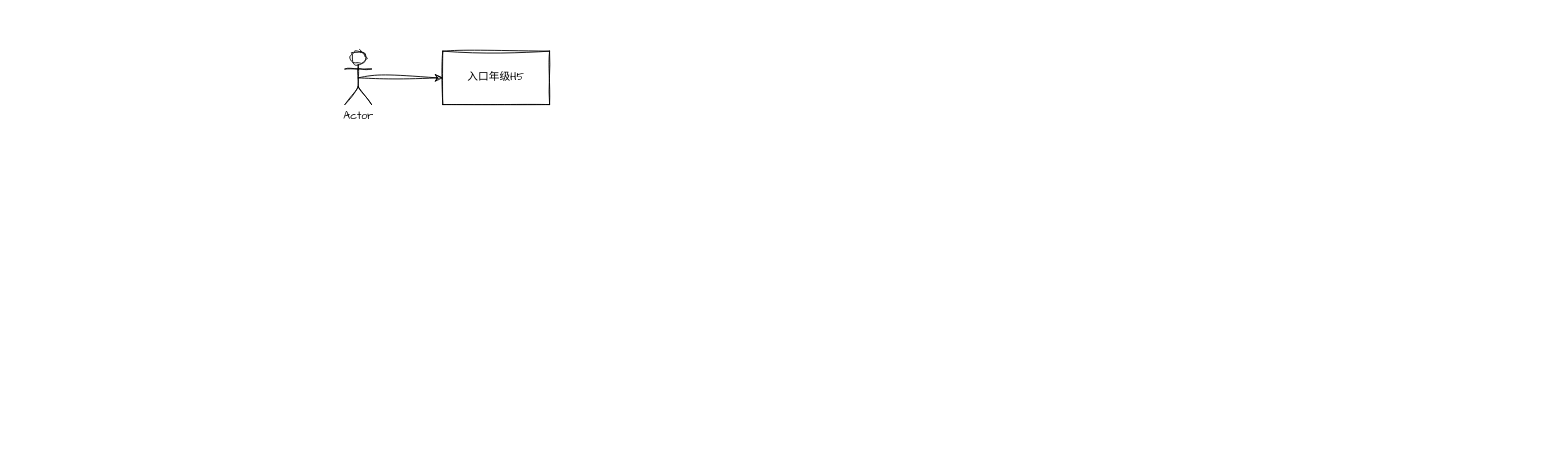
Above: xiwang/入口年级-数据流图.drawio in LanSeTianYe/draw (draw.io), before the change. Source tidied: cells renumbered, new cells numbered last; positions are measured from the earlier drawing's top-left corner, leaving out a move shared by most shapes. Both pictures are drawn from the tidied source at 89%, with x=0, y=0 at pixel (344, 51).
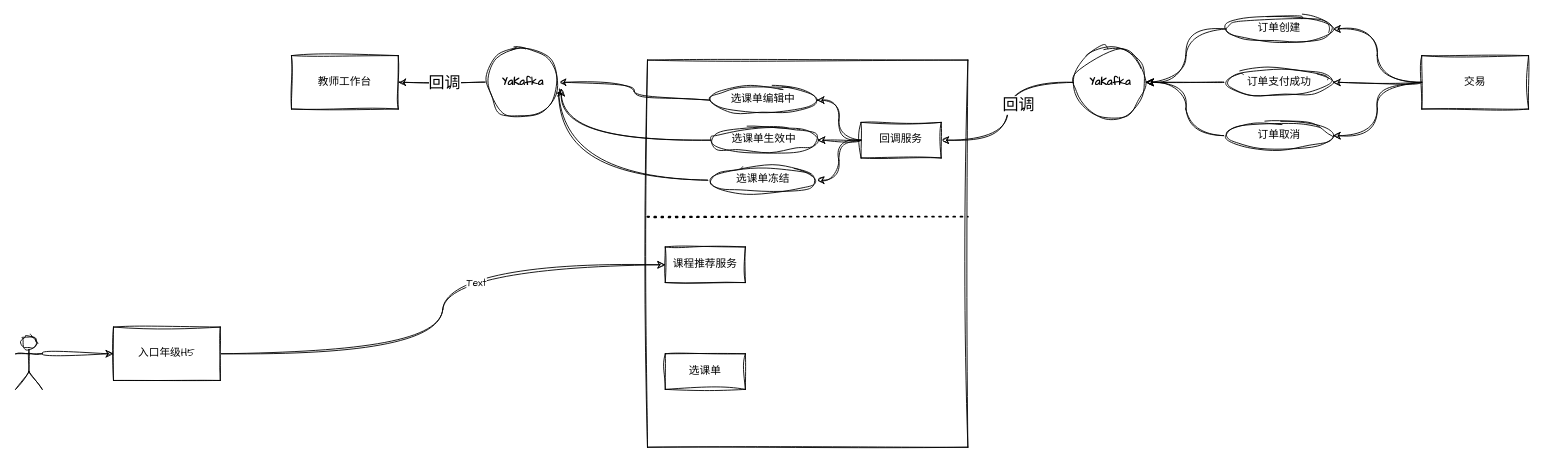
The same page after the edit.

Commit message (it also covers changes not shown here):
更新入口年级-数据流图.drawio

Diff of the diagram source:
```diff
@@
+    <mxCell id="5" style="rounded=0;whiteSpace=wrap;html=1;sketch=1;hachureGap=4;jiggle=2;curveFitting=1;fontFamily=Architects Daughter;" parent="1" vertex="1">
+      <mxGeometry x="340" y="10" width="360" height="435" as="geometry" />
+    </mxCell>
-    <mxCell id="2" style="edgeStyle=orthogonalEdgeStyle;rounded=0;sketch=1;hachureGap=4;jiggle=2;curveFitting=1;jettySize=auto;html=1;exitX=0.5;exitY=0.5;exitDx=0;exitDy=0;exitPerimeter=0;fontFamily=Architects Daughter;" parent="1" edge="1" source="3" target="4">
+    <mxCell id="2" style="edgeStyle=orthogonalEdgeStyle;curved=1;rounded=0;sketch=1;hachureGap=4;jiggle=2;curveFitting=1;jettySize=auto;html=1;exitX=1;exitY=0.3333333333333333;exitDx=0;exitDy=0;exitPerimeter=0;fontFamily=Architects Daughter;" parent="1" edge="1" source="3" target="4">
       <mxGeometry relative="1" as="geometry" />
     </mxCell>
-    <mxCell id="3" value="Actor" style="shape=umlActor;verticalLabelPosition=bottom;verticalAlign=top;html=1;outlineConnect=0;sketch=1;hachureGap=4;jiggle=2;curveFitting=1;fontFamily=Architects Daughter;" parent="1" vertex="1">
-      <mxGeometry width="30" height="60" as="geometry" />
+    <mxCell id="3" style="shape=umlActor;verticalLabelPosition=bottom;verticalAlign=top;html=1;outlineConnect=0;sketch=1;hachureGap=4;jiggle=2;curveFitting=1;fontFamily=Architects Daughter;" parent="1" vertex="1">
+      <mxGeometry x="-370" y="320" width="30" height="60" as="geometry" />
     </mxCell>
+    <mxCell id="6" style="edgeStyle=orthogonalEdgeStyle;curved=1;rounded=0;sketch=1;hachureGap=4;jiggle=2;curveFitting=1;jettySize=auto;html=1;exitX=1;exitY=0.5;exitDx=0;exitDy=0;entryX=0;entryY=0.5;entryDx=0;entryDy=0;fontFamily=Architects Daughter;" parent="1" edge="1" source="4" target="35">
+      <mxGeometry relative="1" as="geometry" />
+    </mxCell>
+    <mxCell id="7" value="Text" style="edgeLabel;html=1;align=center;verticalAlign=middle;sketch=1;hachureGap=4;jiggle=2;curveFitting=1;fontFamily=Architects Daughter;" parent="6" vertex="1">
+      <mxGeometry x="0.29" y="-19" relative="1" as="geometry" />
+    </mxCell>
     <mxCell id="4" value="入口年级H5" style="rounded=0;whiteSpace=wrap;html=1;sketch=1;hachureGap=4;jiggle=2;curveFitting=1;fontFamily=Architects Daughter;" parent="1" vertex="1">
-      <mxGeometry x="110" width="120" height="60" as="geometry" />
+      <mxGeometry x="-260" y="310" width="120" height="60" as="geometry" />
     </mxCell>
+    <mxCell id="8" style="edgeStyle=orthogonalEdgeStyle;curved=1;rounded=0;sketch=1;hachureGap=4;jiggle=2;curveFitting=1;jettySize=auto;html=1;exitX=0;exitY=0.5;exitDx=0;exitDy=0;entryX=1;entryY=0.5;entryDx=0;entryDy=0;fontFamily=Architects Daughter;" parent="1" edge="1" source="11" target="13">
+      <mxGeometry relative="1" as="geometry" />
+    </mxCell>
+    <mxCell id="9" style="edgeStyle=orthogonalEdgeStyle;curved=1;rounded=0;sketch=1;hachureGap=4;jiggle=2;curveFitting=1;jettySize=auto;html=1;exitX=0;exitY=0.5;exitDx=0;exitDy=0;entryX=1;entryY=0.5;entryDx=0;entryDy=0;fontFamily=Architects Daughter;" parent="1" edge="1" source="11" target="15">
+      <mxGeometry relative="1" as="geometry" />
+    </mxCell>
+    <mxCell id="10" style="edgeStyle=orthogonalEdgeStyle;curved=1;rounded=0;sketch=1;hachureGap=4;jiggle=2;curveFitting=1;jettySize=auto;html=1;exitX=0;exitY=0.5;exitDx=0;exitDy=0;entryX=1;entryY=0.5;entryDx=0;entryDy=0;fontFamily=Architects Daughter;" parent="1" edge="1" source="11" target="17">
+      <mxGeometry relative="1" as="geometry" />
+    </mxCell>
+    <mxCell id="11" value="交易" style="rounded=0;whiteSpace=wrap;html=1;sketch=1;hachureGap=4;jiggle=2;curveFitting=1;fontFamily=Architects Daughter;" parent="1" vertex="1">
+      <mxGeometry x="1210" y="5" width="120" height="60" as="geometry" />
+    </mxCell>
+    <mxCell id="12" style="edgeStyle=orthogonalEdgeStyle;rounded=0;sketch=1;hachureGap=4;jiggle=2;curveFitting=1;jettySize=auto;html=1;exitX=0;exitY=0.5;exitDx=0;exitDy=0;entryX=1;entryY=0.5;entryDx=0;entryDy=0;fontFamily=Architects Daughter;curved=1;" parent="1" edge="1" source="13" target="20">
+      <mxGeometry relative="1" as="geometry" />
+    </mxCell>
+    <mxCell id="13" value="订单创建" style="ellipse;whiteSpace=wrap;html=1;sketch=1;hachureGap=4;jiggle=2;curveFitting=1;fontFamily=Architects Daughter;" parent="1" vertex="1">
+      <mxGeometry x="990" y="-40" width="120" height="30" as="geometry" />
+    </mxCell>
+    <mxCell id="14" style="edgeStyle=orthogonalEdgeStyle;curved=1;rounded=0;sketch=1;hachureGap=4;jiggle=2;curveFitting=1;jettySize=auto;html=1;exitX=0;exitY=0.5;exitDx=0;exitDy=0;fontFamily=Architects Daughter;" parent="1" edge="1" source="15" target="20">
+      <mxGeometry relative="1" as="geometry" />
+    </mxCell>
+    <mxCell id="15" value="订单支付成功" style="ellipse;whiteSpace=wrap;html=1;sketch=1;hachureGap=4;jiggle=2;curveFitting=1;fontFamily=Architects Daughter;" parent="1" vertex="1">
+      <mxGeometry x="990" y="20" width="120" height="30" as="geometry" />
+    </mxCell>
+    <mxCell id="16" style="edgeStyle=orthogonalEdgeStyle;curved=1;rounded=0;sketch=1;hachureGap=4;jiggle=2;curveFitting=1;jettySize=auto;html=1;exitX=0;exitY=0.5;exitDx=0;exitDy=0;entryX=1;entryY=0.5;entryDx=0;entryDy=0;fontFamily=Architects Daughter;" parent="1" edge="1" source="17" target="20">
+      <mxGeometry relative="1" as="geometry" />
+    </mxCell>
+    <mxCell id="17" value="订单取消" style="ellipse;whiteSpace=wrap;html=1;sketch=1;hachureGap=4;jiggle=2;curveFitting=1;fontFamily=Architects Daughter;" parent="1" vertex="1">
+      <mxGeometry x="990" y="80" width="120" height="30" as="geometry" />
+    </mxCell>
+    <mxCell id="18" style="edgeStyle=orthogonalEdgeStyle;curved=1;rounded=0;sketch=1;hachureGap=4;jiggle=2;curveFitting=1;jettySize=auto;html=1;exitX=0;exitY=0.5;exitDx=0;exitDy=0;fontFamily=Architects Daughter;entryX=1;entryY=0.5;entryDx=0;entryDy=0;" parent="1" edge="1" source="20" target="24">
+      <mxGeometry relative="1" as="geometry" />
+    </mxCell>
+    <mxCell id="19" value="&lt;font style=&quot;font-size: 18px;&quot;&gt;回调&lt;/font&gt;" style="edgeLabel;html=1;align=center;verticalAlign=middle;sketch=1;hachureGap=4;jiggle=2;curveFitting=1;fontFamily=Architects Daughter;" parent="18" vertex="1">
+      <mxGeometry x="-0.07" y="11" relative="1" as="geometry" />
+    </mxCell>
+    <mxCell id="20" value="&lt;b&gt;Ya&lt;/b&gt;&lt;b style=&quot;background-color: initial;&quot;&gt;Kafka&lt;/b&gt;" style="ellipse;whiteSpace=wrap;html=1;sketch=1;hachureGap=4;jiggle=2;curveFitting=1;fontFamily=Architects Daughter;" parent="1" vertex="1">
+      <mxGeometry x="820" y="-5" width="80" height="80" as="geometry" />
+    </mxCell>
+    <mxCell id="21" style="edgeStyle=orthogonalEdgeStyle;curved=1;rounded=0;sketch=1;hachureGap=4;jiggle=2;curveFitting=1;jettySize=auto;html=1;exitX=0;exitY=0.5;exitDx=0;exitDy=0;entryX=1;entryY=0.5;entryDx=0;entryDy=0;fontFamily=Architects Daughter;" parent="1" edge="1" source="24" target="26">
+      <mxGeometry relative="1" as="geometry" />
+    </mxCell>
+    <mxCell id="22" style="edgeStyle=orthogonalEdgeStyle;curved=1;rounded=0;sketch=1;hachureGap=4;jiggle=2;curveFitting=1;jettySize=auto;html=1;exitX=0;exitY=0.5;exitDx=0;exitDy=0;entryX=1;entryY=0.5;entryDx=0;entryDy=0;fontFamily=Architects Daughter;" parent="1" edge="1" source="24" target="27">
+      <mxGeometry relative="1" as="geometry" />
+    </mxCell>
+    <mxCell id="23" style="edgeStyle=orthogonalEdgeStyle;curved=1;rounded=0;sketch=1;hachureGap=4;jiggle=2;curveFitting=1;jettySize=auto;html=1;exitX=0;exitY=0.5;exitDx=0;exitDy=0;entryX=1;entryY=0.5;entryDx=0;entryDy=0;fontFamily=Architects Daughter;" parent="1" edge="1" source="24" target="29">
+      <mxGeometry relative="1" as="geometry" />
+    </mxCell>
+    <mxCell id="24" value="回调服务" style="rounded=0;whiteSpace=wrap;html=1;sketch=1;hachureGap=4;jiggle=2;curveFitting=1;fontFamily=Architects Daughter;" parent="1" vertex="1">
+      <mxGeometry x="580" y="80" width="90" height="40" as="geometry" />
+    </mxCell>
+    <mxCell id="25" style="edgeStyle=orthogonalEdgeStyle;curved=1;rounded=0;sketch=1;hachureGap=4;jiggle=2;curveFitting=1;jettySize=auto;html=1;exitX=0;exitY=0.5;exitDx=0;exitDy=0;entryX=1;entryY=0.5;entryDx=0;entryDy=0;fontFamily=Architects Daughter;" parent="1" edge="1" source="26" target="33">
+      <mxGeometry relative="1" as="geometry" />
+    </mxCell>
+    <mxCell id="26" value="选课单编辑中" style="ellipse;whiteSpace=wrap;html=1;sketch=1;hachureGap=4;jiggle=2;curveFitting=1;fontFamily=Architects Daughter;" parent="1" vertex="1">
+      <mxGeometry x="410" y="40" width="120" height="30" as="geometry" />
+    </mxCell>
+    <mxCell id="27" value="选课单生效中" style="ellipse;whiteSpace=wrap;html=1;sketch=1;hachureGap=4;jiggle=2;curveFitting=1;fontFamily=Architects Daughter;" parent="1" vertex="1">
+      <mxGeometry x="411" y="85" width="120" height="30" as="geometry" />
+    </mxCell>
+    <mxCell id="28" style="edgeStyle=orthogonalEdgeStyle;curved=1;rounded=0;sketch=1;hachureGap=4;jiggle=2;curveFitting=1;jettySize=auto;html=1;exitX=0;exitY=0.5;exitDx=0;exitDy=0;fontFamily=Architects Daughter;" parent="1" edge="1" source="29">
+      <mxGeometry relative="1" as="geometry">
+        <mxPoint x="240" y="40" as="targetPoint" />
+      </mxGeometry>
+    </mxCell>
+    <mxCell id="29" value="选课单冻结" style="ellipse;whiteSpace=wrap;html=1;sketch=1;hachureGap=4;jiggle=2;curveFitting=1;fontFamily=Architects Daughter;" parent="1" vertex="1">
+      <mxGeometry x="410" y="130" width="120" height="30" as="geometry" />
+    </mxCell>
+    <mxCell id="30" value="教师工作台" style="rounded=0;whiteSpace=wrap;html=1;sketch=1;hachureGap=4;jiggle=2;curveFitting=1;fontFamily=Architects Daughter;" parent="1" vertex="1">
+      <mxGeometry x="-60" y="5" width="120" height="60" as="geometry" />
+    </mxCell>
+    <mxCell id="31" style="edgeStyle=orthogonalEdgeStyle;curved=1;rounded=0;sketch=1;hachureGap=4;jiggle=2;curveFitting=1;jettySize=auto;html=1;exitX=0;exitY=0.5;exitDx=0;exitDy=0;fontFamily=Architects Daughter;" parent="1" edge="1" source="33" target="30">
+      <mxGeometry relative="1" as="geometry" />
+    </mxCell>
+    <mxCell id="32" value="&lt;font style=&quot;font-size: 18px;&quot;&gt;回调&lt;/font&gt;" style="edgeLabel;html=1;align=center;verticalAlign=middle;sketch=1;hachureGap=4;jiggle=2;curveFitting=1;fontFamily=Architects Daughter;" parent="31" vertex="1">
+      <mxGeometry x="-0.02" relative="1" as="geometry" />
+    </mxCell>
+    <mxCell id="33" value="&lt;b&gt;Ya&lt;/b&gt;&lt;b style=&quot;background-color: initial;&quot;&gt;Kafka&lt;/b&gt;" style="ellipse;whiteSpace=wrap;html=1;sketch=1;hachureGap=4;jiggle=2;curveFitting=1;fontFamily=Architects Daughter;" parent="1" vertex="1">
+      <mxGeometry x="160" y="-5" width="80" height="80" as="geometry" />
+    </mxCell>
+    <mxCell id="34" style="edgeStyle=orthogonalEdgeStyle;curved=1;rounded=0;sketch=1;hachureGap=4;jiggle=2;curveFitting=1;jettySize=auto;html=1;exitX=0;exitY=0.5;exitDx=0;exitDy=0;entryX=1.038;entryY=0.588;entryDx=0;entryDy=0;entryPerimeter=0;fontFamily=Architects Daughter;" parent="1" edge="1" source="27" target="33">
+      <mxGeometry relative="1" as="geometry" />
+    </mxCell>
+    <mxCell id="35" value="课程推荐服务" style="rounded=0;whiteSpace=wrap;html=1;sketch=1;hachureGap=4;jiggle=2;curveFitting=1;fontFamily=Architects Daughter;" parent="1" vertex="1">
+      <mxGeometry x="360" y="220" width="90" height="40" as="geometry" />
+    </mxCell>
+    <mxCell id="36" style="endArrow=none;dashed=1;html=1;dashPattern=1 3;strokeWidth=2;rounded=0;sketch=1;hachureGap=4;jiggle=2;curveFitting=1;fontFamily=Architects Daughter;curved=1;" parent="1" edge="1">
+      <mxGeometry relative="1" as="geometry">
+        <mxPoint x="340" y="186" as="sourcePoint" />
+        <mxPoint x="700" y="186" as="targetPoint" />
+      </mxGeometry>
+    </mxCell>
+    <mxCell id="37" value="选课单" style="rounded=0;whiteSpace=wrap;html=1;sketch=1;hachureGap=4;jiggle=2;curveFitting=1;fontFamily=Architects Daughter;" parent="1" vertex="1">
+      <mxGeometry x="360" y="340" width="90" height="40" as="geometry" />
+    </mxCell>
```
